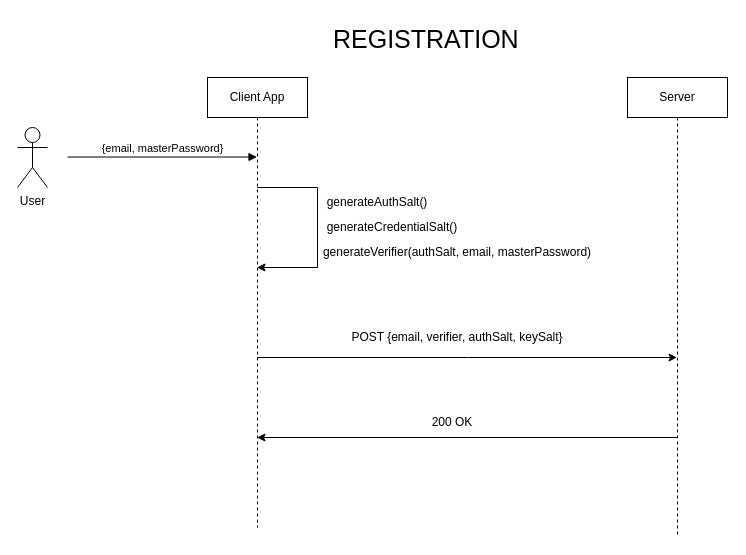
Above: diagrams/register.drawio in bartol00/segurapass (draw.io), before the change. Source tidied: cells renumbered, new cells numbered last; positions are measured from the earlier drawing's top-left corner, leaving out a move shared by most shapes. Both pictures are drawn from the tidied source at 100%, with x=0, y=0 at pixel (17, 17).
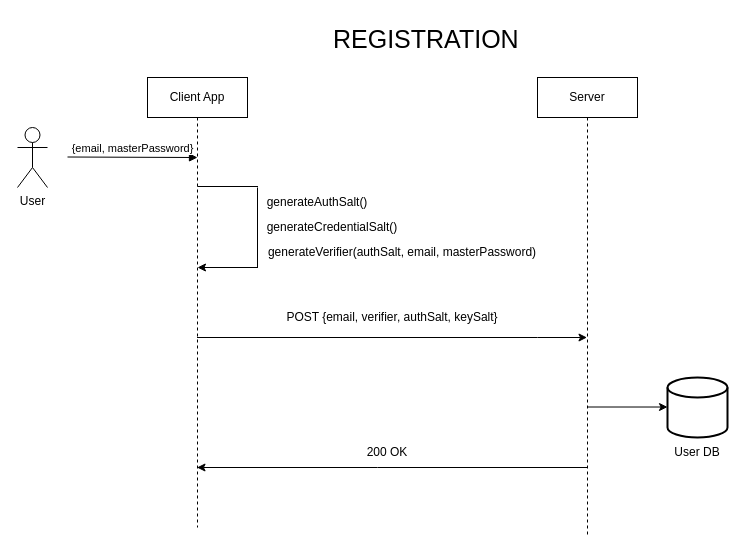
The same page after the edit.

Commit message (it also covers changes not shown here):
Added all diagrams

The edit, as a diff of the source:
```diff
@@
     <mxCell id="3" value="Client App" style="shape=umlLifeline;perimeter=lifelinePerimeter;whiteSpace=wrap;html=1;outlineConnect=0;portConstraint=eastwest;newEdgeStyle={&quot;curved&quot;:0,&quot;rounded&quot;:0};" parent="1" vertex="1">
-      <mxGeometry x="190" y="60" width="100" height="450" as="geometry" />
+      <mxGeometry x="130" y="60" width="100" height="450" as="geometry" />
     </mxCell>
     <mxCell id="4" value="Server" style="shape=umlLifeline;perimeter=lifelinePerimeter;whiteSpace=wrap;html=1;outlineConnect=0;portConstraint=eastwest;newEdgeStyle={&quot;curved&quot;:0,&quot;rounded&quot;:0};" parent="1" vertex="1">
-      <mxGeometry x="610" y="60" width="100" height="460" as="geometry" />
+      <mxGeometry x="520" y="60" width="100" height="460" as="geometry" />
     </mxCell>
@@
-    <mxCell id="6" value="{email, masterPassword}" style="html=1;verticalAlign=bottom;endArrow=block;curved=0;rounded=0;" parent="1" edge="1" target="3">
+    <mxCell id="6" value="{email, masterPassword}" style="html=1;verticalAlign=bottom;endArrow=block;curved=0;rounded=0;" parent="1" edge="1">
       <mxGeometry relative="1" as="geometry">
         <mxPoint x="50" y="139.5" as="sourcePoint" />
+        <mxPoint x="180" y="140" as="targetPoint" />
       </mxGeometry>
     </mxCell>
     <mxCell id="7" style="endArrow=classic;html=1;rounded=0;" parent="1" edge="1">
       <mxGeometry relative="1" as="geometry">
-        <mxPoint x="300" y="250" as="sourcePoint" />
-        <mxPoint x="239.5" y="250" as="targetPoint" />
+        <mxPoint x="240.5" y="250" as="sourcePoint" />
+        <mxPoint x="180" y="250" as="targetPoint" />
       </mxGeometry>
     </mxCell>
     <mxCell id="8" style="endArrow=none;html=1;rounded=0;" parent="1" edge="1">
       <mxGeometry relative="1" as="geometry">
-        <mxPoint x="239.5" y="170" as="sourcePoint" />
-        <mxPoint x="300" y="170" as="targetPoint" />
+        <mxPoint x="180" y="169" as="sourcePoint" />
+        <mxPoint x="240.5" y="169" as="targetPoint" />
       </mxGeometry>
     </mxCell>
     <mxCell id="9" style="endArrow=none;html=1;rounded=0;" parent="1" edge="1">
       <mxGeometry relative="1" as="geometry">
-        <mxPoint x="300" y="250" as="sourcePoint" />
-        <mxPoint x="300" y="170" as="targetPoint" />
+        <mxPoint x="240" y="250" as="sourcePoint" />
+        <mxPoint x="240" y="170" as="targetPoint" />
       </mxGeometry>
     </mxCell>
     <mxCell id="10" value="generateAuthSalt()" style="text;html=1;whiteSpace=wrap;strokeColor=none;fillColor=none;align=center;verticalAlign=middle;rounded=0;" parent="1" vertex="1">
-      <mxGeometry x="330" y="170" width="60" height="30" as="geometry" />
+      <mxGeometry x="270" y="170" width="60" height="30" as="geometry" />
     </mxCell>
     <mxCell id="11" value="generateCredentialSalt()" style="text;html=1;whiteSpace=wrap;strokeColor=none;fillColor=none;align=center;verticalAlign=middle;rounded=0;" parent="1" vertex="1">
-      <mxGeometry x="345" y="195" width="60" height="30" as="geometry" />
+      <mxGeometry x="285" y="195" width="60" height="30" as="geometry" />
     </mxCell>
     <mxCell id="12" value="generateVerifier(authSalt, email, masterPassword)" style="text;html=1;whiteSpace=wrap;strokeColor=none;fillColor=none;align=center;verticalAlign=middle;rounded=0;" parent="1" vertex="1">
-      <mxGeometry x="280" y="220" width="320" height="30" as="geometry" />
+      <mxGeometry x="230" y="220" width="310" height="30" as="geometry" />
     </mxCell>
-    <mxCell id="13" style="endArrow=classic;html=1;rounded=0;" parent="1" edge="1" source="3" target="4">
-      <mxGeometry relative="1" as="geometry">
-        <Array as="points">
-          <mxPoint x="450" y="340" />
-        </Array>
-      </mxGeometry>
-    </mxCell>
     <mxCell id="14" value="POST {email, verifier, authSalt, keySalt}" style="text;html=1;whiteSpace=wrap;strokeColor=none;fillColor=none;align=center;verticalAlign=middle;rounded=0;" parent="1" vertex="1">
-      <mxGeometry x="275" y="300" width="330" height="40" as="geometry" />
+      <mxGeometry x="210" y="280" width="330" height="40" as="geometry" />
     </mxCell>
-    <mxCell id="15" style="endArrow=classic;html=1;rounded=0;" parent="1" edge="1" source="4">
+    <mxCell id="15" style="endArrow=classic;html=1;rounded=0;" parent="1" edge="1" target="3">
       <mxGeometry relative="1" as="geometry">
-        <mxPoint x="239.5" y="420" as="targetPoint" />
+        <mxPoint x="569.5" y="450" as="sourcePoint" />
+        <Array as="points">
+          <mxPoint x="360" y="450" />
+        </Array>
       </mxGeometry>
     </mxCell>
     <mxCell id="16" value="200 OK" style="text;html=1;whiteSpace=wrap;strokeColor=none;fillColor=none;align=center;verticalAlign=middle;rounded=0;" parent="1" vertex="1">
-      <mxGeometry x="405" y="390" width="60" height="30" as="geometry" />
+      <mxGeometry x="340" y="420" width="60" height="30" as="geometry" />
     </mxCell>
+    <mxCell id="17" style="strokeWidth=2;html=1;shape=mxgraph.flowchart.database;whiteSpace=wrap;" parent="1" vertex="1">
+      <mxGeometry x="650" y="360" width="60" height="60" as="geometry" />
+    </mxCell>
+    <mxCell id="13" style="endArrow=classic;html=1;rounded=0;" parent="1" edge="1" source="3" target="4">
+      <mxGeometry relative="1" as="geometry">
+        <Array as="points">
+          <mxPoint x="520" y="320" />
+        </Array>
+      </mxGeometry>
+    </mxCell>
+    <mxCell id="18" style="endArrow=classic;html=1;rounded=0;entryX=0;entryY=0.492;entryDx=0;entryDy=0;entryPerimeter=0;" parent="1" edge="1" target="17">
+      <mxGeometry relative="1" as="geometry">
+        <mxPoint x="570" y="389.5" as="sourcePoint" />
+      </mxGeometry>
+    </mxCell>
+    <mxCell id="19" value="User DB" style="text;html=1;whiteSpace=wrap;strokeColor=none;fillColor=none;align=center;verticalAlign=middle;rounded=0;" parent="1" vertex="1">
+      <mxGeometry x="650" y="420" width="60" height="30" as="geometry" />
+    </mxCell>
```
